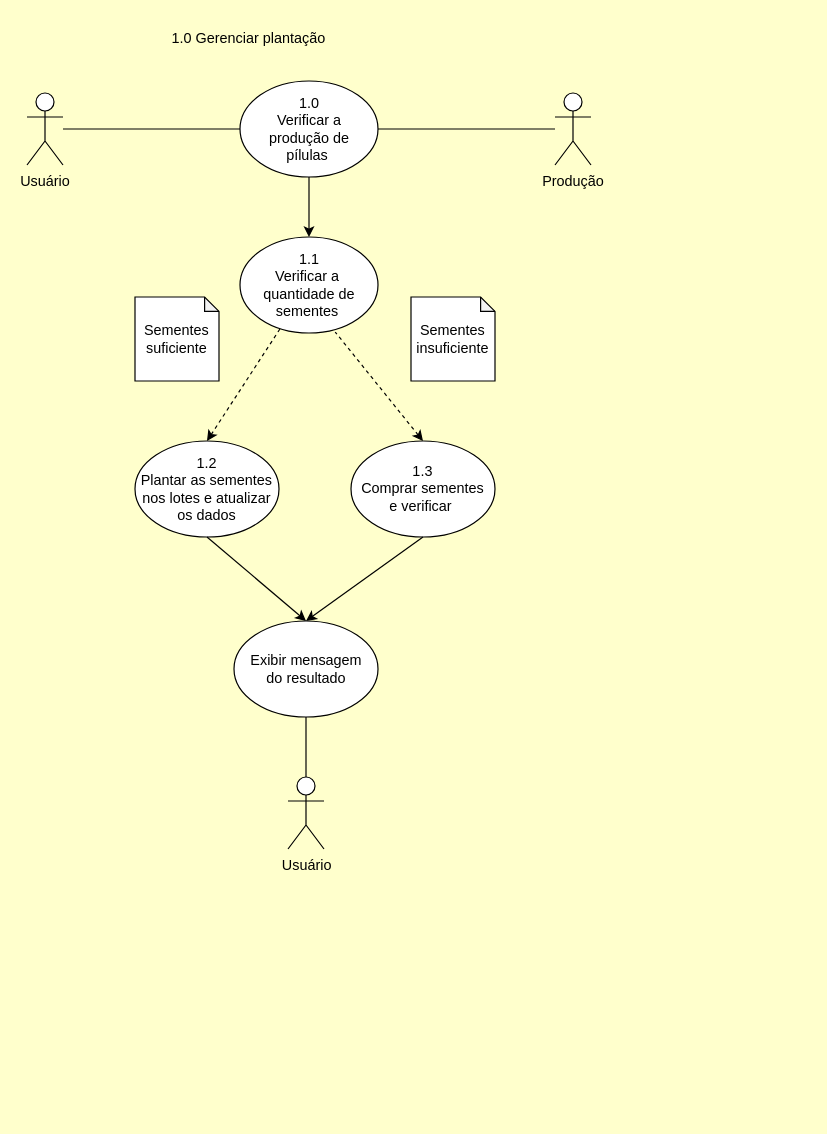
Earlier version of the draw.io diagram Tarefa1.drawio (ZardsMK/Trabahlo-DrawIO). Source tidied: cells renumbered, new cells numbered last; positions are measured from the earlier drawing's top-left corner, leaving out a move shared by most shapes. Both pictures are drawn from the tidied source at 120%, with x=0, y=0 at pixel (26, 20).
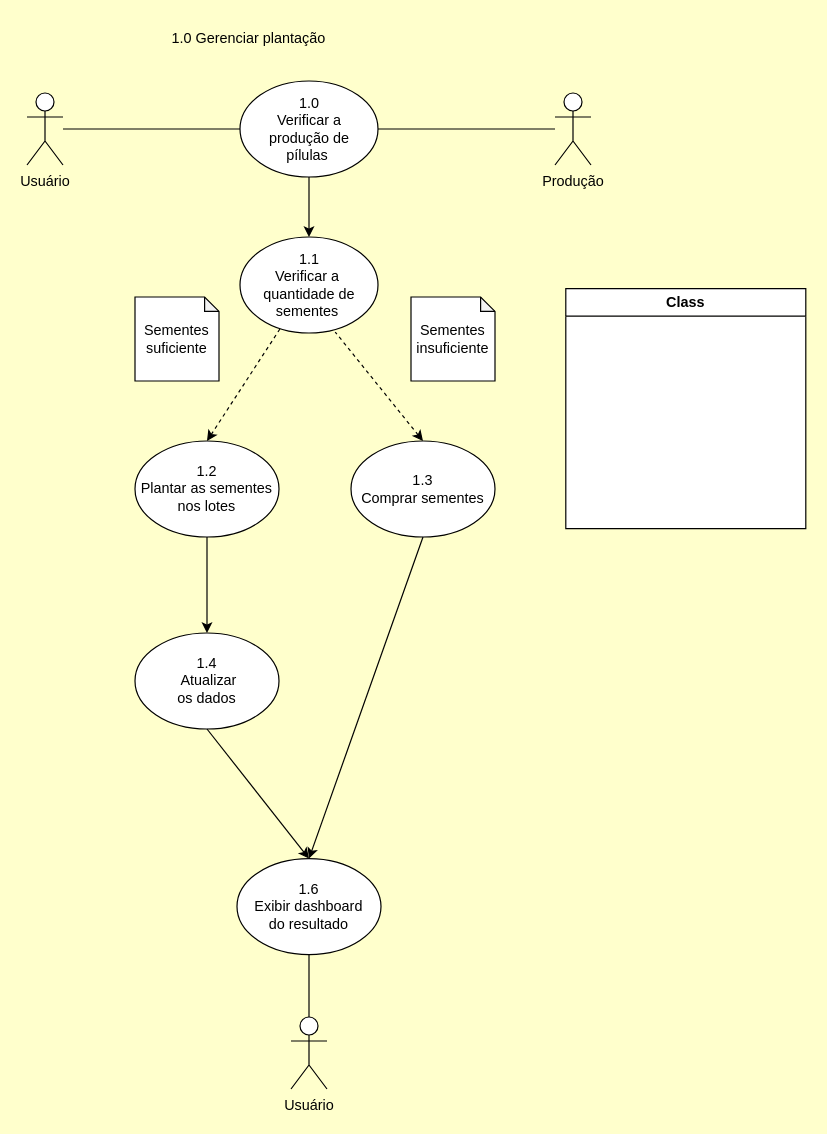
The same diagram, later.

Change to the diagram source:
```diff
@@
-    <mxCell id="8" value="&lt;div&gt;1.2&lt;/div&gt;Plantar as&amp;nbsp;&lt;span style=&quot;background-color: transparent; color: light-dark(rgb(0, 0, 0), rgb(255, 255, 255));&quot;&gt;sementes&lt;/span&gt;&lt;div&gt;nos lotes e&amp;nbsp;&lt;span style=&quot;background-color: transparent; color: light-dark(rgb(0, 0, 0), rgb(255, 255, 255));&quot;&gt;atualizar&lt;/span&gt;&lt;/div&gt;&lt;div&gt;&lt;span style=&quot;background-color: transparent; color: light-dark(rgb(0, 0, 0), rgb(255, 255, 255));&quot;&gt;os dados&lt;/span&gt;&lt;/div&gt;" style="ellipse;whiteSpace=wrap;html=1;" parent="1" vertex="1">
+    <mxCell id="8" value="&lt;div&gt;1.2&lt;/div&gt;Plantar as&amp;nbsp;&lt;span style=&quot;background-color: transparent; color: light-dark(rgb(0, 0, 0), rgb(255, 255, 255));&quot;&gt;sementes&lt;/span&gt;&lt;div&gt;nos lotes&lt;/div&gt;" style="ellipse;whiteSpace=wrap;html=1;" parent="1" vertex="1">
       <mxGeometry x="90" y="350" width="120" height="80" as="geometry" />
     </mxCell>
@@
     <mxCell id="10" value="Usuário" style="shape=umlActor;verticalLabelPosition=bottom;verticalAlign=top;html=1;outlineConnect=0;" parent="1" vertex="1">
-      <mxGeometry x="217.5" y="630" width="30" height="60" as="geometry" />
+      <mxGeometry x="220" y="830" width="30" height="60" as="geometry" />
     </mxCell>
-    <mxCell id="11" value="&lt;div&gt;1.3&lt;/div&gt;Comprar sementes&lt;div&gt;e verificar&amp;nbsp;&lt;/div&gt;" style="ellipse;whiteSpace=wrap;html=1;" parent="1" vertex="1">
+    <mxCell id="11" value="&lt;div&gt;1.3&lt;/div&gt;Comprar sementes" style="ellipse;whiteSpace=wrap;html=1;" parent="1" vertex="1">
       <mxGeometry x="270" y="350" width="120" height="80" as="geometry" />
     </mxCell>
@@
-    <mxCell id="17" value="Exibir mensagem&lt;div&gt;do resultado&lt;/div&gt;" style="ellipse;whiteSpace=wrap;html=1;" parent="1" vertex="1">
-      <mxGeometry x="172.5" y="500" width="120" height="80" as="geometry" />
+    <mxCell id="17" value="&lt;div&gt;1.6&lt;/div&gt;Exibir&amp;nbsp;dashboard&lt;div&gt;do resultado&lt;/div&gt;" style="ellipse;whiteSpace=wrap;html=1;" parent="1" vertex="1">
+      <mxGeometry x="175" y="698" width="120" height="80" as="geometry" />
     </mxCell>
-    <mxCell id="18" style="endArrow=none;html=1;rounded=0;entryX=0.5;entryY=1;entryDx=0;entryDy=0;exitX=0.5;exitY=0;exitDx=0;exitDy=0;startArrow=classic;startFill=1;" parent="1" edge="1" source="17" target="8">
+    <mxCell id="18" style="endArrow=none;html=1;rounded=0;entryX=0.5;entryY=1;entryDx=0;entryDy=0;exitX=0.5;exitY=0;exitDx=0;exitDy=0;startArrow=classic;startFill=1;" parent="1" edge="1" source="21" target="8">
       <mxGeometry relative="1" as="geometry" />
     </mxCell>
@@
+    <mxCell id="21" value="&lt;div&gt;1.4&lt;/div&gt;&lt;div&gt;&amp;nbsp;A&lt;span style=&quot;background-color: transparent; color: light-dark(rgb(0, 0, 0), rgb(255, 255, 255));&quot;&gt;tualizar&lt;/span&gt;&lt;/div&gt;&lt;div&gt;&lt;span style=&quot;background-color: transparent; color: light-dark(rgb(0, 0, 0), rgb(255, 255, 255));&quot;&gt;os dados&lt;/span&gt;&lt;/div&gt;" style="ellipse;whiteSpace=wrap;html=1;" parent="1" vertex="1">
+      <mxGeometry x="90" y="510" width="120" height="80" as="geometry" />
+    </mxCell>
+    <mxCell id="22" style="endArrow=none;html=1;rounded=0;entryX=0.5;entryY=1;entryDx=0;entryDy=0;exitX=0.5;exitY=0;exitDx=0;exitDy=0;startArrow=classic;startFill=1;" parent="1" edge="1" source="17" target="21">
+      <mxGeometry relative="1" as="geometry" />
+    </mxCell>
+    <mxCell id="23" value="Class" style="swimlane;whiteSpace=wrap;html=1;fillColor=default;swimlaneFillColor=default;" parent="1" vertex="1">
+      <mxGeometry x="449" y="223" width="200" height="200" as="geometry" />
+    </mxCell>
```
